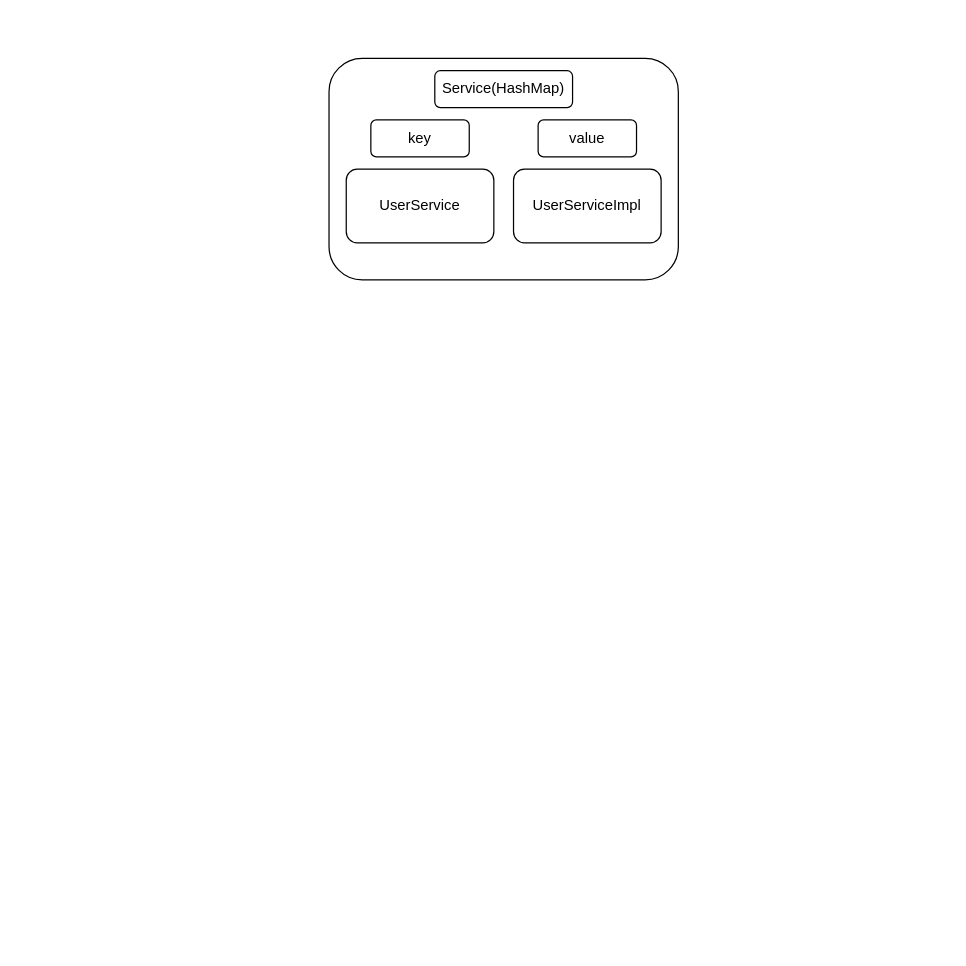
hourhl/Draw-io keeps this draw.io diagram as MyRPC/MyRPC-version1.0.drawio. Above is the earlier version. Source tidied: cells renumbered, new cells numbered last; positions are measured from the earlier drawing's top-left corner, leaving out a move shared by most shapes. Both pictures are drawn from the tidied source at 123%, with x=0, y=0 at pixel (328, 58).
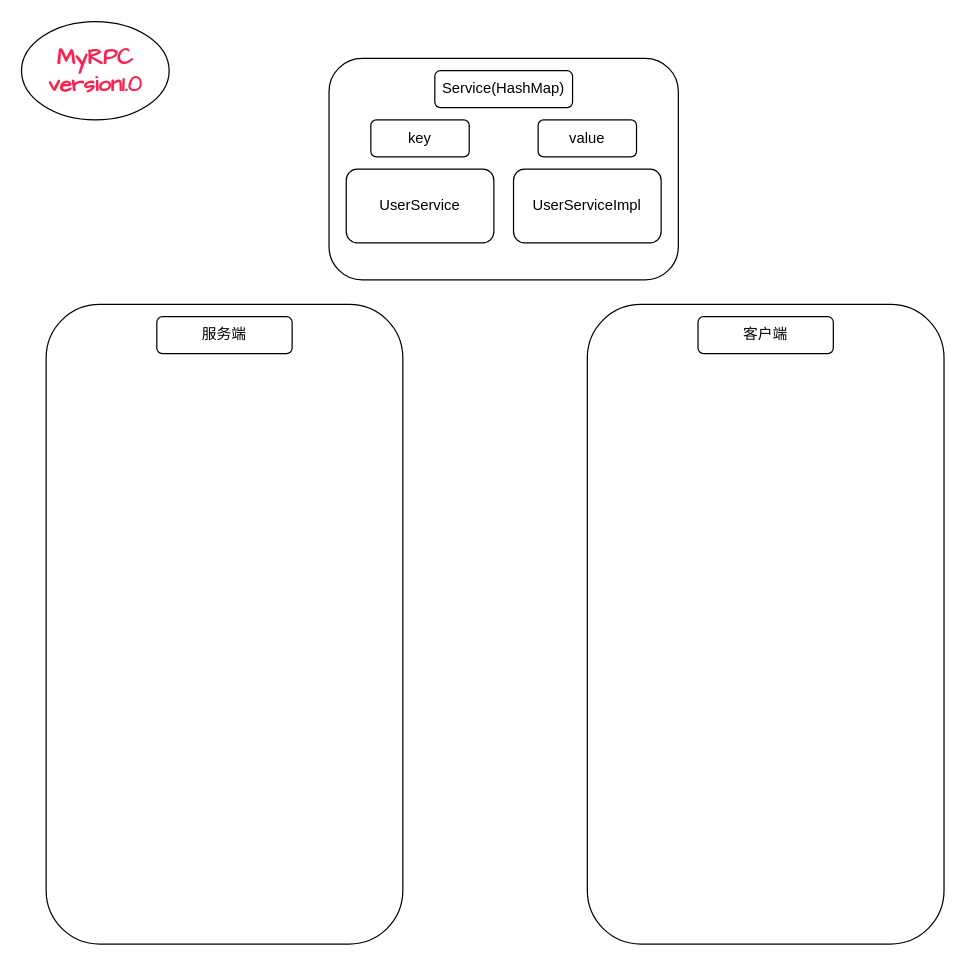
Above is the later version.

Change to the diagram source:
```diff
@@
 <mxGraphModel>
   <root>
     <mxCell id="0" />
     <mxCell id="1" parent="0" />
     <mxCell id="2" value="&lt;div&gt;&lt;br&gt;&lt;/div&gt;" style="rounded=1;whiteSpace=wrap;html=1;" parent="1" vertex="1">
       <mxGeometry width="284" height="180" as="geometry" />
     </mxCell>
     <mxCell id="3" value="Service(HashMap)" style="rounded=1;whiteSpace=wrap;html=1;" parent="1" vertex="1">
       <mxGeometry x="86" y="10" width="112" height="30" as="geometry" />
     </mxCell>
     <mxCell id="4" value="UserService" style="rounded=1;whiteSpace=wrap;html=1;" parent="1" vertex="1">
       <mxGeometry x="14" y="90" width="120" height="60" as="geometry" />
     </mxCell>
     <mxCell id="5" value="UserServiceImpl" style="rounded=1;whiteSpace=wrap;html=1;" parent="1" vertex="1">
       <mxGeometry x="150" y="90" width="120" height="60" as="geometry" />
     </mxCell>
     <mxCell id="6" value="key" style="rounded=1;whiteSpace=wrap;html=1;" parent="1" vertex="1">
       <mxGeometry x="34" y="50" width="80" height="30" as="geometry" />
     </mxCell>
     <mxCell id="7" value="value" style="rounded=1;whiteSpace=wrap;html=1;" parent="1" vertex="1">
       <mxGeometry x="170" y="50" width="80" height="30" as="geometry" />
     </mxCell>
+    <mxCell id="8" style="rounded=1;whiteSpace=wrap;html=1;" parent="1" vertex="1">
+      <mxGeometry x="-230" y="200" width="290" height="520" as="geometry" />
+    </mxCell>
+    <mxCell id="9" style="rounded=1;whiteSpace=wrap;html=1;" parent="1" vertex="1">
+      <mxGeometry x="210" y="200" width="290" height="520" as="geometry" />
+    </mxCell>
+    <mxCell id="10" value="服务端" style="rounded=1;whiteSpace=wrap;html=1;" parent="1" vertex="1">
+      <mxGeometry x="-140" y="210" width="110" height="30" as="geometry" />
+    </mxCell>
+    <mxCell id="11" value="客户端" style="rounded=1;whiteSpace=wrap;html=1;" parent="1" vertex="1">
+      <mxGeometry x="300" y="210" width="110" height="30" as="geometry" />
+    </mxCell>
+    <mxCell id="12" value="&lt;h2&gt;&lt;font color=&quot;#ff1f4b&quot; style=&quot;font-size: 18px;&quot; face=&quot;Comic Sans MS&quot;&gt;MyRPC&lt;br&gt;version1.0&lt;/font&gt;&lt;/h2&gt;" style="ellipse;whiteSpace=wrap;html=1;" parent="1" vertex="1">
+      <mxGeometry x="-250" y="-30" width="120" height="80" as="geometry" />
+    </mxCell>
   </root>
 </mxGraphModel>
```
